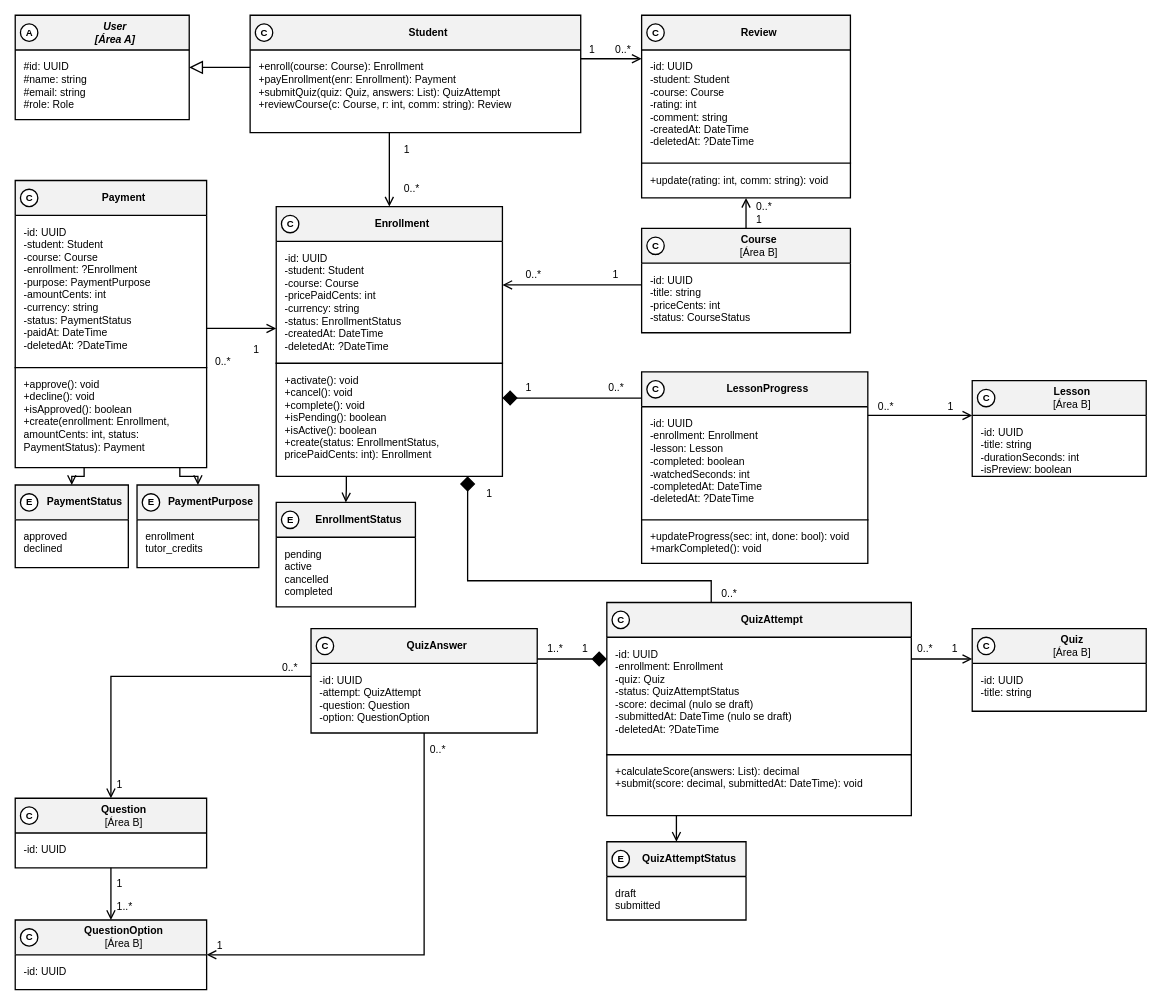
The draw.io diagram especificacao/diagramas/13-classes-area-c-negocial.drawio in Plataforma-de-Cursos-TCC/plataforma-cursos-docs, before the edit. Source tidied: cells renumbered, new cells numbered last; positions are measured from the earlier drawing's top-left corner, leaving out a move shared by most shapes. Both pictures are drawn from the tidied source at 87%, with x=0, y=0 at pixel (15, 15).
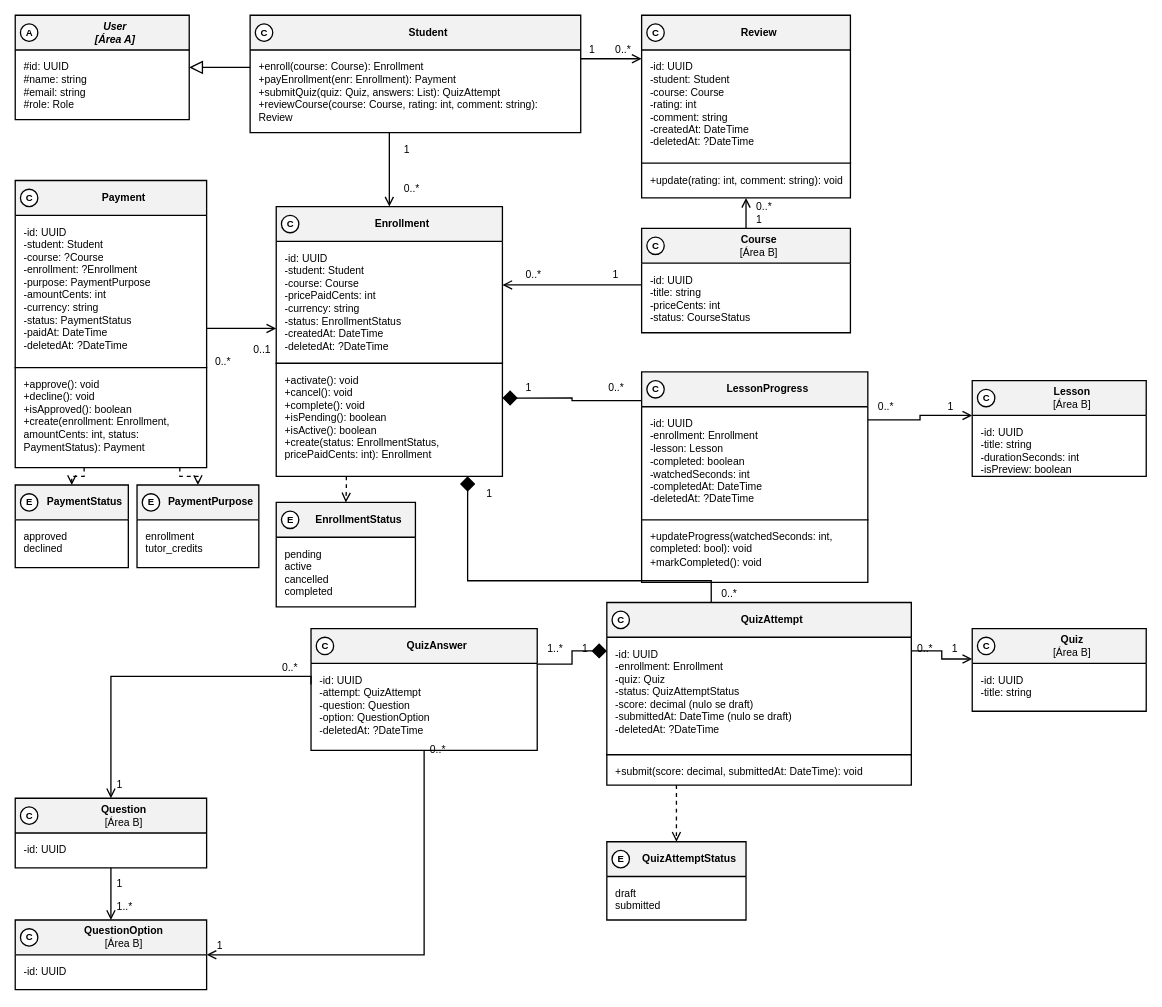
After the change.

Commit message (it also covers changes not shown here):
docs(diagrama-de-classes): declare Area B service interface and fix class diagrams

Unchanged cells that the change refers to:
```xml
<mxCell id="4" value="&lt;b&gt;Student&lt;/b&gt;" style="swimlane;fontStyle=0;align=center;verticalAlign=middle;horizontal=1;startSize=40;html=1;whiteSpace=wrap;fontFamily=Helvetica;fontSize=12;fillColor=#F2F2F2;swimlaneFillColor=#FFFFFF;strokeColor=#000000;strokeWidth=1.5;fontColor=#000000;spacingLeft=30;" parent="1" vertex="1">
  <mxGeometry x="270" width="380" height="135" as="geometry" />
</mxCell>
<mxCell id="8" value="&lt;b&gt;EnrollmentStatus&lt;/b&gt;" style="swimlane;fontStyle=0;align=center;verticalAlign=middle;horizontal=1;startSize=40;html=1;whiteSpace=wrap;fontFamily=Helvetica;fontSize=12;fillColor=#F2F2F2;swimlaneFillColor=#FFFFFF;strokeColor=#000000;strokeWidth=1.5;fontColor=#000000;spacingLeft=30;" parent="1" vertex="1">
  <mxGeometry x="300" y="560" width="160" height="120" as="geometry" />
</mxCell>
<mxCell id="10" value="&lt;b&gt;PaymentStatus&lt;/b&gt;" style="swimlane;fontStyle=0;align=center;verticalAlign=middle;horizontal=1;startSize=40;html=1;whiteSpace=wrap;fontFamily=Helvetica;fontSize=12;fillColor=#F2F2F2;swimlaneFillColor=#FFFFFF;strokeColor=#000000;strokeWidth=1.5;fontColor=#000000;spacingLeft=30;" parent="1" vertex="1">
  <mxGeometry y="540" width="130" height="95" as="geometry" />
</mxCell>
<mxCell id="12" value="&lt;b&gt;Payment&lt;/b&gt;" style="swimlane;fontStyle=0;align=center;verticalAlign=middle;horizontal=1;startSize=40;html=1;whiteSpace=wrap;fontFamily=Helvetica;fontSize=12;fillColor=#F2F2F2;swimlaneFillColor=#FFFFFF;strokeColor=#000000;strokeWidth=1.5;fontColor=#000000;spacingLeft=30;" parent="1" vertex="1">
  <mxGeometry y="190" width="220" height="330" as="geometry" />
</mxCell>
<mxCell id="15" value="&lt;b&gt;Enrollment&lt;/b&gt;" style="swimlane;fontStyle=0;align=center;verticalAlign=middle;horizontal=1;startSize=40;html=1;whiteSpace=wrap;fontFamily=Helvetica;fontSize=12;fillColor=#F2F2F2;swimlaneFillColor=#FFFFFF;strokeColor=#000000;strokeWidth=1.5;fontColor=#000000;spacingLeft=30;" parent="1" vertex="1">
  <mxGeometry x="300" y="220" width="260" height="310" as="geometry" />
</mxCell>
<mxCell id="18" value="&lt;b&gt;Review&lt;/b&gt;" style="swimlane;fontStyle=0;align=center;verticalAlign=middle;horizontal=1;startSize=40;html=1;whiteSpace=wrap;fontFamily=Helvetica;fontSize=12;fillColor=#F2F2F2;swimlaneFillColor=#FFFFFF;strokeColor=#000000;strokeWidth=1.5;fontColor=#000000;spacingLeft=30;" parent="1" vertex="1">
  <mxGeometry x="720" width="240" height="210" as="geometry" />
</mxCell>
<mxCell id="66" value="&lt;b&gt;QuizAttemptStatus&lt;/b&gt;" style="swimlane;fontStyle=0;align=center;verticalAlign=middle;horizontal=1;startSize=40;html=1;whiteSpace=wrap;fontFamily=Helvetica;fontSize=12;fillColor=#F2F2F2;swimlaneFillColor=#FFFFFF;strokeColor=#000000;strokeWidth=1.5;fontColor=#000000;spacingLeft=30;" parent="1" vertex="1">
  <mxGeometry x="680" y="950" width="160" height="90" as="geometry" />
</mxCell>
```

Change to the diagram source:
```diff
@@
-    <mxCell id="5" value="+enroll(course: Course): Enrollment&lt;br&gt;+payEnrollment(enr: Enrollment): Payment&lt;br&gt;+submitQuiz(quiz: Quiz, answers: List): QuizAttempt&lt;br&gt;+reviewCourse(c: Course, r: int, comm: string): Review" style="text;strokeColor=none;fillColor=none;align=left;verticalAlign=top;spacingLeft=8;spacingRight=8;spacingTop=6;overflow=hidden;whiteSpace=wrap;html=1;fontFamily=Helvetica;fontSize=12;fontColor=#000000;" parent="4" vertex="1">
+    <mxCell id="5" value="+enroll(course: Course): Enrollment&lt;br&gt;+payEnrollment(enr: Enrollment): Payment&lt;br&gt;+submitQuiz(quiz: Quiz, answers: List): QuizAttempt&lt;br&gt;+reviewCourse(course: Course, rating: int, comment: string): Review" style="text;strokeColor=none;fillColor=none;align=left;verticalAlign=top;spacingLeft=8;spacingRight=8;spacingTop=6;overflow=hidden;whiteSpace=wrap;html=1;fontFamily=Helvetica;fontSize=12;fontColor=#000000;" parent="4" vertex="1">
       <mxGeometry y="40" width="380" height="95" as="geometry" />
     </mxCell>
@@
-    <mxCell id="13" value="-id: UUID&lt;br&gt;-student: Student&lt;br&gt;-course: Course&lt;br&gt;-enrollment: ?Enrollment&lt;br&gt;-purpose: PaymentPurpose&lt;br&gt;-amountCents: int&lt;br&gt;-currency: string&lt;br&gt;-status: PaymentStatus&lt;br&gt;-paidAt: DateTime&lt;br&gt;-deletedAt: ?DateTime" style="text;strokeColor=none;fillColor=none;align=left;verticalAlign=top;spacingLeft=8;spacingRight=8;spacingTop=6;overflow=hidden;whiteSpace=wrap;html=1;fontFamily=Helvetica;fontSize=12;fontColor=#000000;" parent="12" vertex="1">
+    <mxCell id="13" value="-id: UUID&lt;br&gt;-student: Student&lt;br&gt;-course: ?Course&lt;br&gt;-enrollment: ?Enrollment&lt;br&gt;-purpose: PaymentPurpose&lt;br&gt;-amountCents: int&lt;br&gt;-currency: string&lt;br&gt;-status: PaymentStatus&lt;br&gt;-paidAt: DateTime&lt;br&gt;-deletedAt: ?DateTime" style="text;strokeColor=none;fillColor=none;align=left;verticalAlign=top;spacingLeft=8;spacingRight=8;spacingTop=6;overflow=hidden;whiteSpace=wrap;html=1;fontFamily=Helvetica;fontSize=12;fontColor=#000000;" parent="12" vertex="1">
       <mxGeometry y="40" width="220" height="175" as="geometry" />
     </mxCell>
@@
-    <mxCell id="20" value="+update(rating: int, comm: string): void" style="shape=partialRectangle;top=1;bottom=0;left=0;right=0;text;strokeColor=#000000;strokeWidth=1.5;fillColor=none;align=left;verticalAlign=top;spacingLeft=8;spacingRight=8;spacingTop=6;overflow=hidden;whiteSpace=wrap;html=1;fontFamily=Helvetica;fontSize=12;fontColor=#000000;" parent="18" vertex="1">
+    <mxCell id="20" value="+update(rating: int, comment: string): void" style="shape=partialRectangle;top=1;bottom=0;left=0;right=0;text;strokeColor=#000000;strokeWidth=1.5;fillColor=none;align=left;verticalAlign=top;spacingLeft=8;spacingRight=8;spacingTop=6;overflow=hidden;whiteSpace=wrap;html=1;fontFamily=Helvetica;fontSize=12;fontColor=#000000;" parent="18" vertex="1">
       <mxGeometry y="170" width="240" height="40" as="geometry" />
     </mxCell>
@@
     <mxCell id="23" value="&lt;b&gt;LessonProgress&lt;/b&gt;" style="swimlane;fontStyle=0;align=center;verticalAlign=middle;horizontal=1;startSize=40;html=1;whiteSpace=wrap;fontFamily=Helvetica;fontSize=12;fillColor=#F2F2F2;swimlaneFillColor=#FFFFFF;strokeColor=#000000;strokeWidth=1.5;fontColor=#000000;spacingLeft=30;" parent="1" vertex="1">
-      <mxGeometry x="720" y="410" width="260" height="220" as="geometry" />
+      <mxGeometry x="720" y="410" width="260" height="242" as="geometry" />
     </mxCell>
@@
-    <mxCell id="25" value="+updateProgress(sec: int, done: bool): void&lt;br&gt;+markCompleted(): void" style="shape=partialRectangle;top=1;bottom=0;left=0;right=0;text;strokeColor=#000000;strokeWidth=1.5;fillColor=none;align=left;verticalAlign=top;spacingLeft=8;spacingRight=8;spacingTop=6;overflow=hidden;whiteSpace=wrap;html=1;fontFamily=Helvetica;fontSize=12;fontColor=#000000;" parent="23" vertex="1">
-      <mxGeometry y="170" width="260" height="50" as="geometry" />
+    <mxCell id="25" value="+updateProgress(watchedSeconds: int, completed: bool): void&lt;br&gt;+markCompleted(): void" style="shape=partialRectangle;top=1;bottom=0;left=0;right=0;text;strokeColor=#000000;strokeWidth=1.5;fillColor=none;align=left;verticalAlign=top;spacingLeft=8;spacingRight=8;spacingTop=6;overflow=hidden;whiteSpace=wrap;html=1;fontFamily=Helvetica;fontSize=12;fontColor=#000000;" parent="23" vertex="1">
+      <mxGeometry y="170" width="260" height="72" as="geometry" />
     </mxCell>
@@
     <mxCell id="28" value="&lt;b&gt;QuizAttempt&lt;/b&gt;" style="swimlane;fontStyle=0;align=center;verticalAlign=middle;horizontal=1;startSize=40;html=1;whiteSpace=wrap;fontFamily=Helvetica;fontSize=12;fillColor=#F2F2F2;swimlaneFillColor=#FFFFFF;strokeColor=#000000;strokeWidth=1.5;fontColor=#000000;spacingLeft=30;" parent="1" vertex="1">
-      <mxGeometry x="680" y="675" width="350" height="245" as="geometry" />
+      <mxGeometry x="680" y="675" width="350" height="210" as="geometry" />
     </mxCell>
@@
-    <mxCell id="30" value="+calculateScore(answers: List): decimal&lt;br&gt;+submit(score: decimal, submittedAt: DateTime): void" style="shape=partialRectangle;top=1;bottom=0;left=0;right=0;text;strokeColor=#000000;strokeWidth=1.5;fillColor=none;align=left;verticalAlign=top;spacingLeft=8;spacingRight=8;spacingTop=6;overflow=hidden;whiteSpace=wrap;html=1;fontFamily=Helvetica;fontSize=12;fontColor=#000000;" parent="28" vertex="1">
-      <mxGeometry y="175" width="350" height="70" as="geometry" />
+    <mxCell id="30" value="+submit(score: decimal, submittedAt: DateTime): void" style="shape=partialRectangle;top=1;bottom=0;left=0;right=0;text;strokeColor=#000000;strokeWidth=1.5;fillColor=none;align=left;verticalAlign=top;spacingLeft=8;spacingRight=8;spacingTop=6;overflow=hidden;whiteSpace=wrap;html=1;fontFamily=Helvetica;fontSize=12;fontColor=#000000;" parent="28" vertex="1">
+      <mxGeometry y="175" width="350" height="35" as="geometry" />
     </mxCell>
     <mxCell id="31" value="&lt;b&gt;QuizAnswer&lt;/b&gt;" style="swimlane;fontStyle=0;align=center;verticalAlign=middle;horizontal=1;startSize=40;html=1;whiteSpace=wrap;fontFamily=Helvetica;fontSize=12;fillColor=#F2F2F2;swimlaneFillColor=#FFFFFF;strokeColor=#000000;strokeWidth=1.5;fontColor=#000000;spacingLeft=30;" parent="1" vertex="1">
-      <mxGeometry x="340" y="705" width="260" height="120" as="geometry" />
+      <mxGeometry x="340" y="705" width="260" height="140" as="geometry" />
     </mxCell>
-    <mxCell id="32" value="-id: UUID&lt;br&gt;-attempt: QuizAttempt&lt;br&gt;-question: Question&lt;br&gt;-option: QuestionOption" style="text;strokeColor=none;fillColor=none;align=left;verticalAlign=top;spacingLeft=8;spacingRight=8;spacingTop=6;overflow=hidden;whiteSpace=wrap;html=1;fontFamily=Helvetica;fontSize=12;fontColor=#000000;" parent="31" vertex="1">
-      <mxGeometry y="40" width="260" height="80" as="geometry" />
+    <mxCell id="32" value="-id: UUID&lt;br&gt;-attempt: QuizAttempt&lt;br&gt;-question: Question&lt;br&gt;-option: QuestionOption&lt;br&gt;-deletedAt: ?DateTime" style="text;strokeColor=none;fillColor=none;align=left;verticalAlign=top;spacingLeft=8;spacingRight=8;spacingTop=6;overflow=hidden;whiteSpace=wrap;html=1;fontFamily=Helvetica;fontSize=12;fontColor=#000000;" parent="31" vertex="1">
+      <mxGeometry y="40" width="260" height="100" as="geometry" />
     </mxCell>
@@
-    <mxCell id="42" value="1" style="text;html=1;align=left;verticalAlign=middle;fontFamily=Helvetica;fontSize=12;fontColor=#000000;fillColor=none;strokeColor=none;" parent="1" vertex="1">
-      <mxGeometry x="272" y="375" width="20" height="20" as="geometry" />
+    <mxCell id="42" value="0..1" style="text;html=1;align=left;verticalAlign=middle;fontFamily=Helvetica;fontSize=12;fontColor=#000000;fillColor=none;strokeColor=none;" parent="1" vertex="1">
+      <mxGeometry x="272" y="375" width="36" height="20" as="geometry" />
     </mxCell>
@@
-    <mxCell id="64" style="edgeStyle=orthogonalEdgeStyle;rounded=0;html=1;strokeColor=#000000;strokeWidth=1.5;endArrow=open;endFill=0;endSize=8;fontFamily=Helvetica;fontSize=12;exitX=0.31;exitY=1;entryX=0.5;entryY=0;" parent="1" edge="1" source="15" target="8">
+    <mxCell id="64" style="edgeStyle=orthogonalEdgeStyle;rounded=0;html=1;strokeColor=#000000;strokeWidth=1.5;dashed=1;endArrow=open;endFill=0;endSize=8;fontFamily=Helvetica;fontSize=12;exitX=0.31;exitY=1;entryX=0.5;entryY=0;" parent="1" edge="1" source="15" target="8">
       <mxGeometry relative="1" as="geometry" />
     </mxCell>
-    <mxCell id="65" style="edgeStyle=orthogonalEdgeStyle;rounded=0;html=1;strokeColor=#000000;strokeWidth=1.5;endArrow=open;endFill=0;endSize=8;fontFamily=Helvetica;fontSize=12;exitX=0.36;exitY=1;entryX=0.5;entryY=0;" parent="1" edge="1" source="12" target="10">
+    <mxCell id="65" style="edgeStyle=orthogonalEdgeStyle;rounded=0;html=1;strokeColor=#000000;strokeWidth=1.5;dashed=1;endArrow=open;endFill=0;endSize=8;fontFamily=Helvetica;fontSize=12;exitX=0.36;exitY=1;entryX=0.5;entryY=0;" parent="1" edge="1" source="12" target="10">
       <mxGeometry relative="1" as="geometry" />
     </mxCell>
@@
-    <mxCell id="75" style="edgeStyle=orthogonalEdgeStyle;rounded=0;html=1;strokeColor=#000000;strokeWidth=1.5;endArrow=open;endFill=0;endSize=8;fontFamily=Helvetica;fontSize=12;exitX=0.2286;exitY=1;entryX=0.5;entryY=0;" parent="1" edge="1" source="28" target="66">
+    <mxCell id="75" style="edgeStyle=orthogonalEdgeStyle;rounded=0;html=1;strokeColor=#000000;strokeWidth=1.5;dashed=1;endArrow=open;endFill=0;endSize=8;fontFamily=Helvetica;fontSize=12;exitX=0.2286;exitY=1;entryX=0.5;entryY=0;" parent="1" edge="1" source="28" target="66">
       <mxGeometry relative="1" as="geometry" />
     </mxCell>
@@
+    <mxCell id="98" value="&lt;b&gt;PaymentPurpose&lt;/b&gt;" style="swimlane;fontStyle=0;align=center;verticalAlign=middle;horizontal=1;startSize=40;html=1;whiteSpace=wrap;fontFamily=Helvetica;fontSize=12;fillColor=#F2F2F2;swimlaneFillColor=#FFFFFF;strokeColor=#000000;strokeWidth=1.5;fontColor=#000000;spacingLeft=30;" parent="1" vertex="1">
+      <mxGeometry x="140" y="540" width="140" height="95" as="geometry" />
+    </mxCell>
+    <mxCell id="99" value="enrollment&lt;br&gt;tutor_credits" style="text;strokeColor=none;fillColor=none;align=left;verticalAlign=top;spacingLeft=8;spacingRight=8;spacingTop=6;overflow=hidden;whiteSpace=wrap;html=1;fontFamily=Helvetica;fontSize=12;fontColor=#000000;" parent="98" vertex="1">
+      <mxGeometry y="40" width="140" height="55" as="geometry" />
+    </mxCell>
+    <mxCell id="101" style="edgeStyle=orthogonalEdgeStyle;rounded=0;html=1;strokeColor=#000000;strokeWidth=1.5;dashed=1;endArrow=open;endFill=0;endSize=8;fontFamily=Helvetica;fontSize=12;exitX=0.86;exitY=1;entryX=0.5;entryY=0;" parent="1" edge="1" source="12" target="98">
+      <mxGeometry relative="1" as="geometry" />
+    </mxCell>
@@
-    <mxCell id="98" value="&lt;b&gt;PaymentPurpose&lt;/b&gt;" style="swimlane;fontStyle=0;align=center;verticalAlign=middle;horizontal=1;startSize=40;html=1;whiteSpace=wrap;fontFamily=Helvetica;fontSize=12;fillColor=#F2F2F2;swimlaneFillColor=#FFFFFF;strokeColor=#000000;strokeWidth=1.5;fontColor=#000000;spacingLeft=30;" parent="1" vertex="1">
-      <mxGeometry x="140" y="540" width="140" height="95" as="geometry" />
-    </mxCell>
-    <mxCell id="99" value="enrollment&lt;br&gt;tutor_credits" style="text;strokeColor=none;fillColor=none;align=left;verticalAlign=top;spacingLeft=8;spacingRight=8;spacingTop=6;overflow=hidden;whiteSpace=wrap;html=1;fontFamily=Helvetica;fontSize=12;fontColor=#000000;" parent="98" vertex="1">
-      <mxGeometry y="40" width="140" height="55" as="geometry" />
-    </mxCell>
@@
-    <mxCell id="101" style="edgeStyle=orthogonalEdgeStyle;rounded=0;html=1;strokeColor=#000000;strokeWidth=1.5;endArrow=open;endFill=0;endSize=8;fontFamily=Helvetica;fontSize=12;exitX=0.86;exitY=1;entryX=0.5;entryY=0;" parent="1" edge="1" source="12" target="98">
-      <mxGeometry relative="1" as="geometry" />
-    </mxCell>
```
